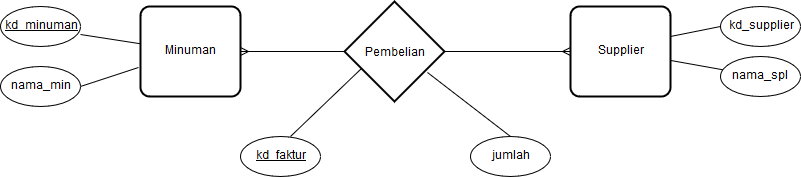
Before: laporan/ERD ver1.png, a diagram exported from draw.io (ahmad-mukhlish/mhsupplier). Source tidied: cells renumbered, new cells last; positions are measured from the earlier drawing's top-left corner, leaving out a move shared by most shapes. The source it was exported from:
```xml
<mxGraphModel background="#ffffff">
  <root>
    <mxCell id="0" />
    <mxCell id="1" parent="0" />
    <mxCell id="2" value="Minuman" style="strokeWidth=2;rounded=1;arcSize=10;whiteSpace=wrap;html=1;align=center;" parent="1" vertex="1">
      <mxGeometry x="140" y="5" width="100" height="90" as="geometry" />
    </mxCell>
    <mxCell id="3" value="&lt;u&gt;kd_minuman&lt;/u&gt;" style="ellipse;whiteSpace=wrap;html=1;" parent="1" vertex="1">
      <mxGeometry y="5" width="80" height="40" as="geometry" />
    </mxCell>
    <mxCell id="4" style="endArrow=none;html=1;" parent="1" edge="1" source="2">
      <mxGeometry relative="1" as="geometry">
        <mxPoint x="80" y="33" as="targetPoint" />
      </mxGeometry>
    </mxCell>
    <mxCell id="5" value="nama_min" style="ellipse;whiteSpace=wrap;html=1;" parent="1" vertex="1">
      <mxGeometry y="65" width="80" height="40" as="geometry" />
    </mxCell>
    <mxCell id="6" style="endArrow=none;html=1;exitX=1;exitY=0.5;entryX=-0.02;entryY=0.68;entryPerimeter=0;" parent="1" edge="1" source="5" target="2">
      <mxGeometry relative="1" as="geometry" />
    </mxCell>
    <mxCell id="7" style="edgeStyle=entityRelationEdgeStyle;html=1;endArrow=ERmany;startArrow=ERmany;exitX=1;exitY=0.5;" parent="1" edge="1" source="2">
      <mxGeometry relative="1" as="geometry">
        <mxPoint x="570" y="50" as="targetPoint" />
      </mxGeometry>
    </mxCell>
    <mxCell id="8" value="&lt;font style=&quot;font-size: 12px&quot;&gt;Pembelian&lt;/font&gt;" style="shape=rhombus;strokeWidth=2;fontSize=17;perimeter=rhombusPerimeter;whiteSpace=wrap;html=1;align=center;" parent="1" vertex="1">
      <mxGeometry x="344" width="100" height="100" as="geometry" />
    </mxCell>
    <mxCell id="9" value="Supplier" style="strokeWidth=2;rounded=1;arcSize=10;whiteSpace=wrap;html=1;align=center;" parent="1" vertex="1">
      <mxGeometry x="570" y="5" width="100" height="90" as="geometry" />
    </mxCell>
    <mxCell id="10" value="nama_spl&lt;br&gt;" style="ellipse;whiteSpace=wrap;html=1;" parent="1" vertex="1">
      <mxGeometry x="720" y="55" width="80" height="40" as="geometry" />
    </mxCell>
    <mxCell id="11" style="endArrow=none;html=1;" parent="1" edge="1" source="9" target="10">
      <mxGeometry relative="1" as="geometry" />
    </mxCell>
    <mxCell id="12" value="kd_supplier" style="ellipse;whiteSpace=wrap;html=1;" parent="1" vertex="1">
      <mxGeometry x="720" y="5" width="80" height="40" as="geometry" />
    </mxCell>
    <mxCell id="13" style="endArrow=none;html=1;exitX=0;exitY=0.5;" parent="1" edge="1" source="12">
      <mxGeometry relative="1" as="geometry">
        <mxPoint x="670" y="35" as="targetPoint" />
      </mxGeometry>
    </mxCell>
    <mxCell id="14" value="&lt;u&gt;kd_faktur&lt;/u&gt;" style="ellipse;whiteSpace=wrap;html=1;" parent="1" vertex="1">
      <mxGeometry x="240" y="135" width="80" height="40" as="geometry" />
    </mxCell>
    <mxCell id="15" style="endArrow=none;html=1;entryX=0.17;entryY=0.67;entryPerimeter=0;" parent="1" edge="1" target="8">
      <mxGeometry relative="1" as="geometry">
        <mxPoint x="290" y="135" as="sourcePoint" />
      </mxGeometry>
    </mxCell>
    <mxCell id="16" value="jumlah" style="ellipse;whiteSpace=wrap;html=1;" parent="1" vertex="1">
      <mxGeometry x="470" y="135" width="80" height="40" as="geometry" />
    </mxCell>
    <mxCell id="17" style="endArrow=none;html=1;exitX=0.5;exitY=0;" parent="1" edge="1" source="16">
      <mxGeometry relative="1" as="geometry">
        <mxPoint x="427" y="71" as="targetPoint" />
      </mxGeometry>
    </mxCell>
  </root>
</mxGraphModel>
```
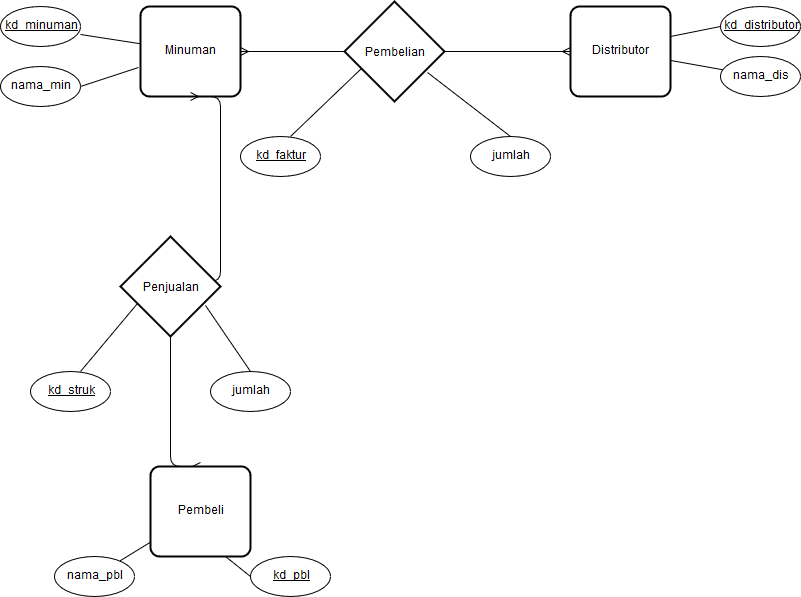
After the commit.

Diff of the diagram source:
```diff
@@ -27,16 +27,16 @@
     <mxCell id="8" value="&lt;font style=&quot;font-size: 12px&quot;&gt;Pembelian&lt;/font&gt;" style="shape=rhombus;strokeWidth=2;fontSize=17;perimeter=rhombusPerimeter;whiteSpace=wrap;html=1;align=center;" parent="1" vertex="1">
       <mxGeometry x="344" width="100" height="100" as="geometry" />
     </mxCell>
-    <mxCell id="9" value="Supplier" style="strokeWidth=2;rounded=1;arcSize=10;whiteSpace=wrap;html=1;align=center;" parent="1" vertex="1">
+    <mxCell id="9" value="Distributor" style="strokeWidth=2;rounded=1;arcSize=10;whiteSpace=wrap;html=1;align=center;" parent="1" vertex="1">
       <mxGeometry x="570" y="5" width="100" height="90" as="geometry" />
     </mxCell>
-    <mxCell id="10" value="nama_spl&lt;br&gt;" style="ellipse;whiteSpace=wrap;html=1;" parent="1" vertex="1">
+    <mxCell id="10" value="nama_dis" style="ellipse;whiteSpace=wrap;html=1;" parent="1" vertex="1">
       <mxGeometry x="720" y="55" width="80" height="40" as="geometry" />
     </mxCell>
     <mxCell id="11" style="endArrow=none;html=1;" parent="1" edge="1" source="9" target="10">
       <mxGeometry relative="1" as="geometry" />
     </mxCell>
-    <mxCell id="12" value="kd_supplier" style="ellipse;whiteSpace=wrap;html=1;" parent="1" vertex="1">
+    <mxCell id="12" value="kd_distributor" style="ellipse;whiteSpace=wrap;html=1;fontStyle=4;" parent="1" vertex="1">
       <mxGeometry x="720" y="5" width="80" height="40" as="geometry" />
     </mxCell>
     <mxCell id="13" style="endArrow=none;html=1;exitX=0;exitY=0.5;" parent="1" edge="1" source="12">
@@ -60,5 +60,40 @@
         <mxPoint x="427" y="71" as="targetPoint" />
       </mxGeometry>
     </mxCell>
+    <mxCell id="18" style="edgeStyle=entityRelationEdgeStyle;html=1;endArrow=ERmany;startArrow=ERmany;entryX=0.5;entryY=0;exitX=0.5;exitY=1;strokeColor=#000000;rounded=1;" parent="1" edge="1" source="2" target="20">
+      <mxGeometry relative="1" as="geometry" />
+    </mxCell>
+    <mxCell id="19" value="&lt;font style=&quot;font-size: 12px&quot;&gt;Penjualan&lt;/font&gt;" style="shape=rhombus;strokeWidth=2;fontSize=17;perimeter=rhombusPerimeter;whiteSpace=wrap;html=1;align=center;" parent="1" vertex="1">
+      <mxGeometry x="120" y="235" width="100" height="100" as="geometry" />
+    </mxCell>
+    <mxCell id="20" value="Pembeli" style="strokeWidth=2;rounded=1;arcSize=10;whiteSpace=wrap;html=1;align=center;" parent="1" vertex="1">
+      <mxGeometry x="150" y="465" width="100" height="90" as="geometry" />
+    </mxCell>
+    <mxCell id="21" value="nama_pbl" style="ellipse;whiteSpace=wrap;html=1;" parent="1" vertex="1">
+      <mxGeometry x="54" y="555" width="80" height="40" as="geometry" />
+    </mxCell>
+    <mxCell id="22" style="endArrow=none;html=1;" parent="1" edge="1" source="20" target="21">
+      <mxGeometry relative="1" as="geometry" />
+    </mxCell>
+    <mxCell id="23" value="kd_pbl" style="ellipse;whiteSpace=wrap;html=1;fontStyle=4;" parent="1" vertex="1">
+      <mxGeometry x="250" y="555" width="80" height="40" as="geometry" />
+    </mxCell>
+    <mxCell id="24" style="endArrow=none;html=1;exitX=0;exitY=0.5;entryX=0.75;entryY=1;" parent="1" edge="1" source="23" target="20">
+      <mxGeometry relative="1" as="geometry" />
+    </mxCell>
+    <mxCell id="25" value="&lt;u&gt;kd_struk&lt;/u&gt;" style="ellipse;whiteSpace=wrap;html=1;" parent="1" vertex="1">
+      <mxGeometry x="30" y="370" width="80" height="40" as="geometry" />
+    </mxCell>
+    <mxCell id="26" style="endArrow=none;html=1;entryX=0.17;entryY=0.67;entryPerimeter=0;" parent="1" edge="1" target="19">
+      <mxGeometry relative="1" as="geometry">
+        <mxPoint x="80" y="370" as="sourcePoint" />
+      </mxGeometry>
+    </mxCell>
+    <mxCell id="27" value="jumlah" style="ellipse;whiteSpace=wrap;html=1;" parent="1" vertex="1">
+      <mxGeometry x="210" y="370" width="80" height="40" as="geometry" />
+    </mxCell>
+    <mxCell id="28" style="endArrow=none;html=1;exitX=0.5;exitY=0;entryX=0.85;entryY=0.69;entryPerimeter=0;" parent="1" edge="1" source="27" target="19">
+      <mxGeometry relative="1" as="geometry" />
+    </mxCell>
   </root>
 </mxGraphModel>
```
